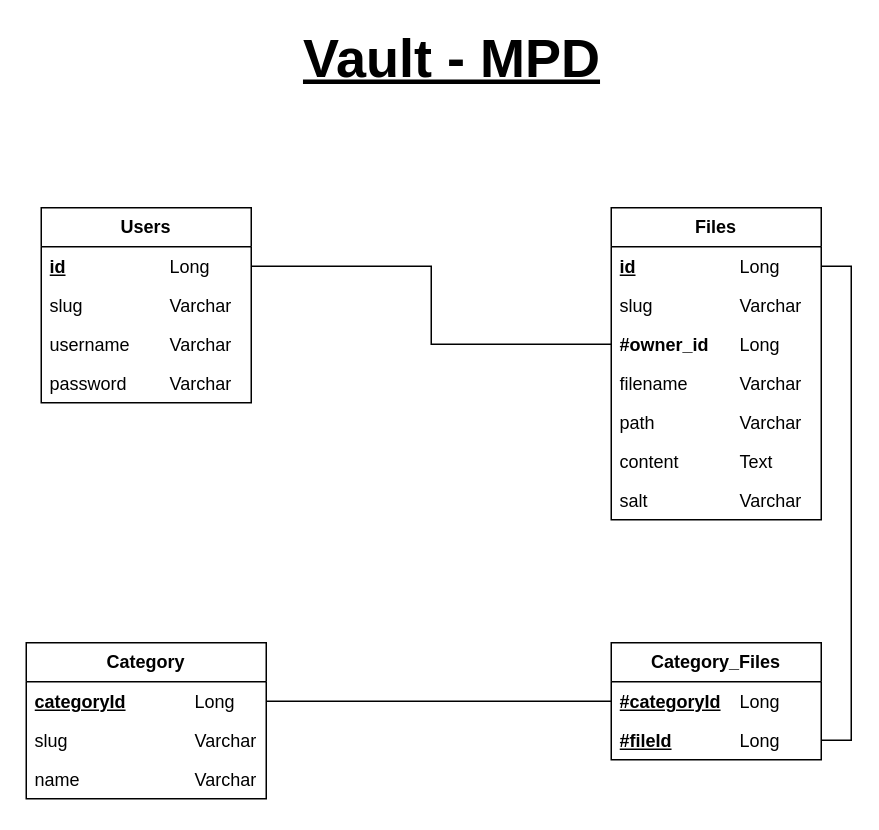
The draw.io diagram page "MPD" (3 of 3) of Vault-Merise.drawio in JeromePrevotat/Vault, before the edit. Source tidied: cells renumbered, new cells numbered last; positions are measured from the earlier drawing's top-left corner, leaving out a move shared by most shapes. Both pictures are drawn from the tidied source at 150%, with x=0, y=0 at pixel (26, 27).
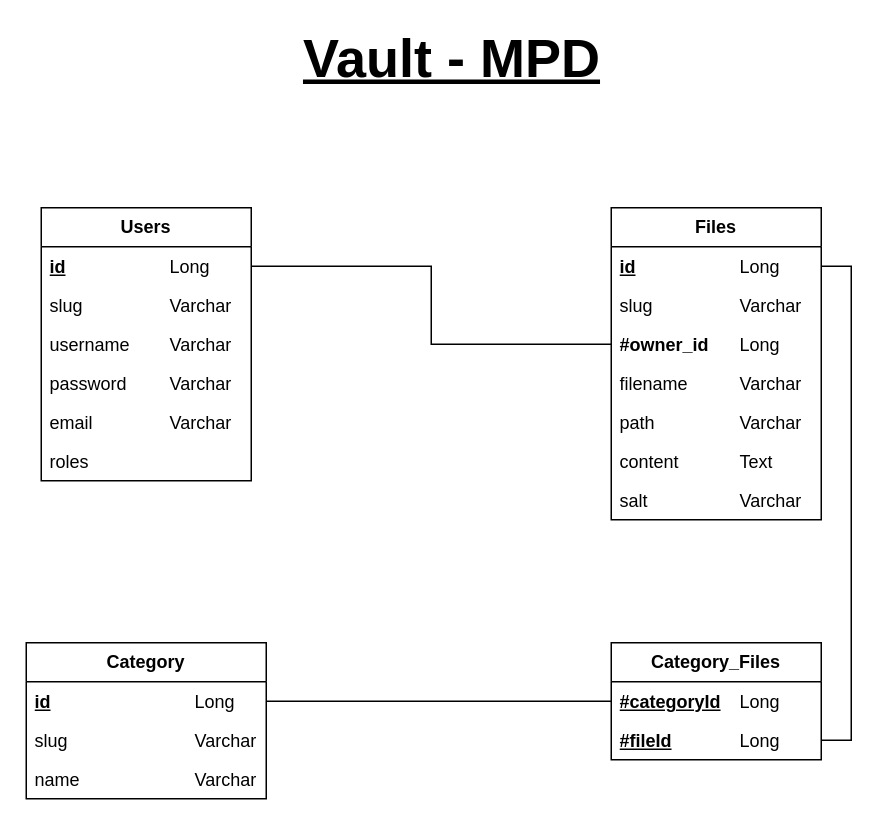
Above is the later version.

The change refers to these unchanged cells:
```xml
<mxCell id="17" value="&lt;b&gt;Category&lt;/b&gt;" style="swimlane;fontStyle=0;horizontal=1;startSize=26;fillColor=none;whiteSpace=wrap;html=1;" parent="1" vertex="1">
  <mxGeometry y="410" width="160" height="104" as="geometry" />
</mxCell>
```

What changed in the source:
```diff
@@
     <mxCell id="3" value="&lt;b&gt;Users&lt;/b&gt;" style="swimlane;fontStyle=0;horizontal=1;startSize=26;fillColor=none;whiteSpace=wrap;html=1;" parent="1" vertex="1">
-      <mxGeometry x="10" y="120" width="140" height="130" as="geometry" />
+      <mxGeometry x="10" y="120" width="140" height="182" as="geometry" />
     </mxCell>
@@
+    <mxCell id="26" value="email&lt;span style=&quot;white-space: pre;&quot;&gt;&#9;&lt;/span&gt;&lt;span style=&quot;white-space: pre;&quot;&gt;&#9;&lt;/span&gt;Varchar" style="text;strokeColor=none;fillColor=none;align=left;verticalAlign=top;spacingLeft=4;spacingRight=4;overflow=hidden;whiteSpace=wrap;html=1;" parent="3" vertex="1">
+      <mxGeometry y="130" width="140" height="26" as="geometry" />
+    </mxCell>
+    <mxCell id="27" value="roles" style="text;strokeColor=none;fillColor=none;align=left;verticalAlign=top;spacingLeft=4;spacingRight=4;overflow=hidden;whiteSpace=wrap;html=1;" parent="3" vertex="1">
+      <mxGeometry y="156" width="140" height="26" as="geometry" />
+    </mxCell>
@@
-    <mxCell id="18" value="&lt;u style=&quot;font-weight: bold;&quot;&gt;categoryId&lt;/u&gt;&lt;span style=&quot;font-weight: bold; text-decoration-line: underline; white-space: pre;&quot;&gt;&#9;&lt;/span&gt;&lt;span style=&quot;font-weight: bold; text-decoration-line: underline; white-space: pre;&quot;&gt;&#9;&lt;/span&gt;Long" style="text;strokeColor=none;fillColor=none;align=left;verticalAlign=top;spacingLeft=4;spacingRight=4;overflow=hidden;points=[[0,0.5],[1,0.5]];portConstraint=eastwest;whiteSpace=wrap;html=1;" parent="17" vertex="1">
+    <mxCell id="18" value="&lt;u style=&quot;font-weight: bold;&quot;&gt;id&lt;span style=&quot;white-space: pre;&quot;&gt;&#9;&lt;/span&gt;&lt;span style=&quot;white-space: pre;&quot;&gt;&#9;&lt;/span&gt;&lt;/u&gt;&lt;span style=&quot;font-weight: bold; text-decoration-line: underline; white-space: pre;&quot;&gt;&#9;&lt;/span&gt;&lt;span style=&quot;font-weight: bold; text-decoration-line: underline; white-space: pre;&quot;&gt;&#9;&lt;/span&gt;Long" style="text;strokeColor=none;fillColor=none;align=left;verticalAlign=top;spacingLeft=4;spacingRight=4;overflow=hidden;points=[[0,0.5],[1,0.5]];portConstraint=eastwest;whiteSpace=wrap;html=1;" parent="17" vertex="1">
       <mxGeometry y="26" width="160" height="26" as="geometry" />
     </mxCell>
```
